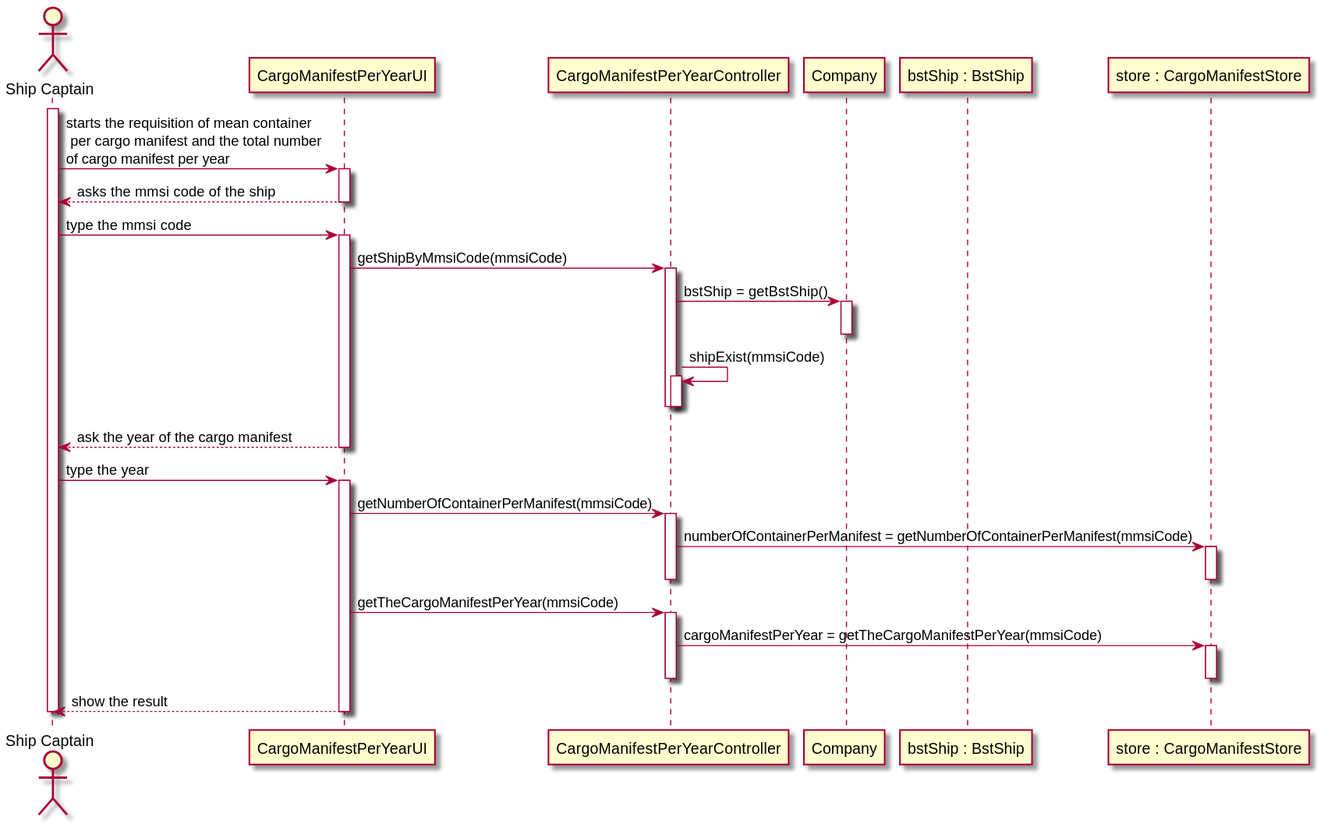
Earlier version of the PlantUML export docs/US207/US207_SD.svg (0franciscor/lapr3-2021-g042).
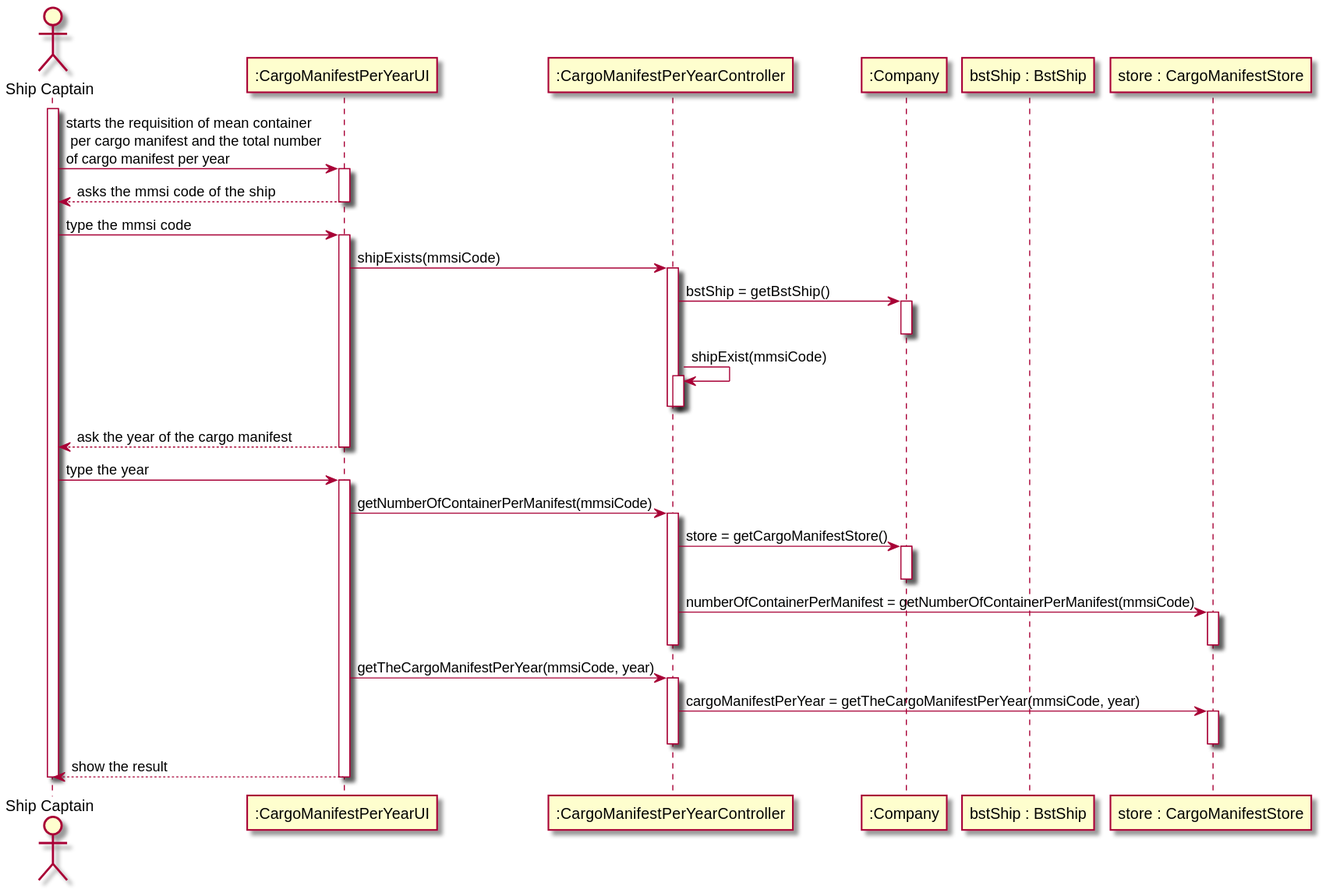
After the change.

What changed in the source:
```diff
@@ -1,9 +1,9 @@
 @startuml
 
 actor "Ship Captain" as SC
-participant "CargoManifestPerYearUI" as UI
-participant "CargoManifestPerYearController" as CT
-participant "Company" as CP
+participant ":CargoManifestPerYearUI" as UI
+participant ":CargoManifestPerYearController" as CT
+participant ":Company" as CP
 participant "bstShip : BstShip" as BST
 participant "store : CargoManifestStore" as ST
 
@@ -15,7 +15,7 @@
 deactivate UI
 SC -> UI : type the mmsi code
 activate UI
-UI -> CT : getShipByMmsiCode(mmsiCode)
+UI -> CT : shipExists(mmsiCode)
 activate CT
 CT -> CP : bstShip = getBstShip()
 activate CP
@@ -32,13 +32,16 @@
 activate UI
 UI -> CT : getNumberOfContainerPerManifest(mmsiCode)
 activate CT
+CT ->CP : store = getCargoManifestStore()
+activate CP
+deactivate CP
 CT -> ST : numberOfContainerPerManifest = getNumberOfContainerPerManifest(mmsiCode)
 activate ST
 deactivate ST
 deactivate CT
-UI -> CT : getTheCargoManifestPerYear(mmsiCode)
+UI -> CT : getTheCargoManifestPerYear(mmsiCode, year)
 activate CT
-CT -> ST : cargoManifestPerYear = getTheCargoManifestPerYear(mmsiCode)
+CT -> ST : cargoManifestPerYear = getTheCargoManifestPerYear(mmsiCode, year)
 activate ST
 deactivate ST
 deactivate CT
```
